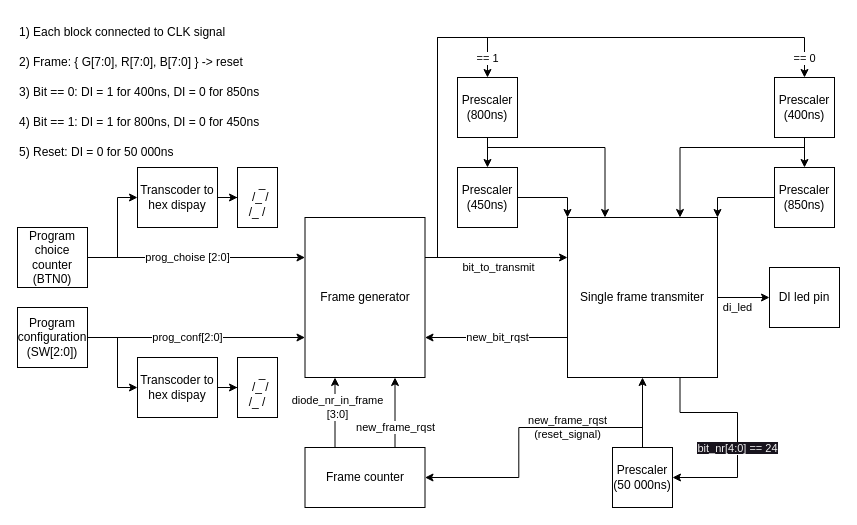
This is LedSnake.drawio from r-smalec/LedSnake, a draw.io file, before an edit. Source tidied: cells renumbered, new cells numbered last; positions are measured from the earlier drawing's top-left corner, leaving out a move shared by most shapes. Both pictures are drawn from the tidied source at 100%, with x=0, y=0 at pixel (17, 17).
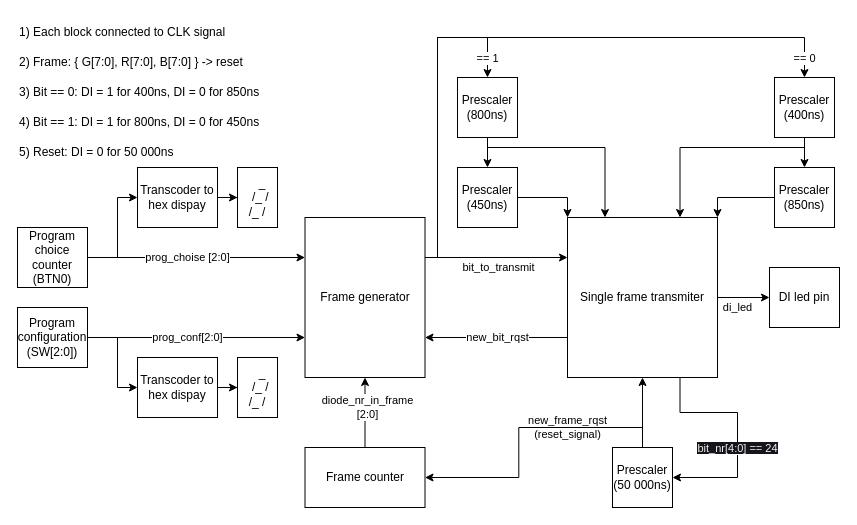
The same diagram, later.

Unchanged cells that the change refers to:
```xml
<mxCell id="17" value="Frame generator" style="rounded=0;whiteSpace=wrap;html=1;" parent="1" vertex="1">
  <mxGeometry x="287.5" y="200" width="120" height="160" as="geometry" />
</mxCell>
<mxCell id="24" value="Frame counter" style="rounded=0;whiteSpace=wrap;html=1;" parent="1" vertex="1">
  <mxGeometry x="287.5" y="430" width="120" height="60" as="geometry" />
</mxCell>
```

What changed in the source:
```diff
@@
-    <mxCell id="22" value="diode_nr_in_frame&lt;br&gt;[3:0]" style="edgeStyle=orthogonalEdgeStyle;rounded=0;jettySize=auto;html=1;exitX=0.25;exitY=0;exitDx=0;exitDy=0;entryX=0.25;entryY=1;entryDx=0;entryDy=0;" parent="1" edge="1" source="24" target="17">
+    <mxCell id="22" value="diode_nr_in_frame&lt;br&gt;[2:0]" style="edgeStyle=orthogonalEdgeStyle;rounded=0;jettySize=auto;html=1;exitX=0.5;exitY=0;exitDx=0;exitDy=0;entryX=0.5;entryY=1;entryDx=0;entryDy=0;" parent="1" edge="1" source="24" target="17">
       <mxGeometry x="0.14" y="-2" relative="1" as="geometry" />
     </mxCell>
-    <mxCell id="23" value="new_frame_rqst" style="edgeStyle=orthogonalEdgeStyle;rounded=0;jettySize=auto;html=1;exitX=0.75;exitY=0;exitDx=0;exitDy=0;entryX=0.75;entryY=1;entryDx=0;entryDy=0;" parent="1" edge="1" source="24" target="17">
-      <mxGeometry x="-0.43" relative="1" as="geometry" />
-    </mxCell>
```
